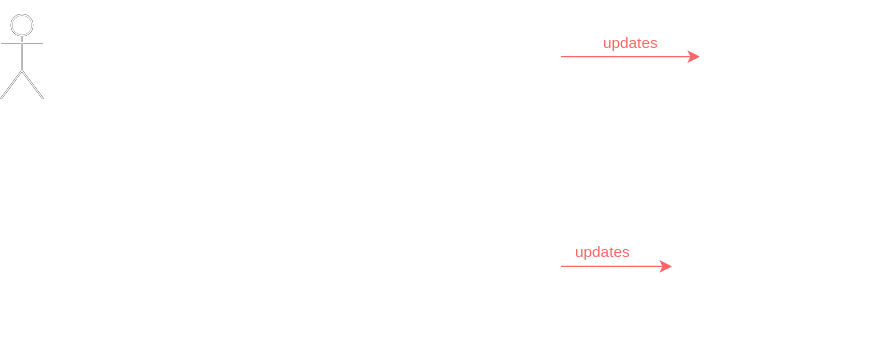
Earlier version of the draw.io export slides/2021-06-16/140_gitops/push-permissions.drawio.svg (nicholasdille/dille.name). Source tidied: cells renumbered, new cells last; positions are measured from the earlier drawing's top-left corner, leaving out a move shared by most shapes. Source of this version:
```xml
<mxGraphModel>
  <root>
    <mxCell id="0" />
    <mxCell id="1" parent="0" />
    <mxCell id="2" value="&amp;nbsp;triggers&amp;nbsp;" style="edgeStyle=orthogonalEdgeStyle;rounded=0;jettySize=auto;html=1;entryX=0;entryY=0.5;entryDx=0;entryDy=0;fontColor=#FFFFFF;strokeColor=#FFFFFF;labelBackgroundColor=none;" parent="1" edge="1" source="3" target="6">
      <mxGeometry y="10" relative="1" as="geometry" />
    </mxCell>
    <mxCell id="3" value="Git" style="shape=cylinder2;whiteSpace=wrap;html=1;boundedLbl=1;backgroundOutline=1;size=15;verticalAlign=middle;strokeColor=#FFFFFF;fillColor=none;fontColor=#FFFFFF;" parent="1" vertex="1">
      <mxGeometry x="120" width="80" height="80" as="geometry" />
    </mxCell>
    <mxCell id="4" value="&amp;nbsp;updates&amp;nbsp;" style="edgeStyle=orthogonalEdgeStyle;rounded=0;jettySize=auto;html=1;labelBackgroundColor=none;strokeColor=#FF6666;fontColor=#FF6666;" parent="1" edge="1" source="6" target="7">
      <mxGeometry y="10" relative="1" as="geometry" />
    </mxCell>
    <mxCell id="5" value="&amp;nbsp;triggers&amp;nbsp;" style="edgeStyle=orthogonalEdgeStyle;rounded=0;jettySize=auto;html=1;entryX=0.5;entryY=0;entryDx=0;entryDy=0;fontColor=#FFFFFF;strokeColor=#FFFFFF;labelBackgroundColor=none;" parent="1" edge="1" source="6" target="16">
      <mxGeometry x="-0.11" y="30" relative="1" as="geometry" />
    </mxCell>
    <mxCell id="6" value="Pipeline" style="rounded=0;whiteSpace=wrap;html=1;strokeColor=#FFFFFF;fillColor=none;fontColor=#FFFFFF;" parent="1" vertex="1">
      <mxGeometry x="280" y="10" width="120" height="60" as="geometry" />
    </mxCell>
    <mxCell id="7" value="Registry" style="shape=cylinder2;whiteSpace=wrap;html=1;boundedLbl=1;backgroundOutline=1;size=15;verticalAlign=middle;strokeColor=#FFFFFF;fillColor=none;fontColor=#FFFFFF;" parent="1" vertex="1">
      <mxGeometry x="500" width="80" height="80" as="geometry" />
    </mxCell>
    <mxCell id="8" value="&amp;nbsp;updates&amp;nbsp;" style="edgeStyle=orthogonalEdgeStyle;rounded=0;jettySize=auto;html=1;labelBackgroundColor=none;fontColor=#FFFFFF;strokeColor=#FFFFFF;" parent="1" edge="1" source="9" target="3">
      <mxGeometry x="0.11" y="10" relative="1" as="geometry" />
    </mxCell>
    <mxCell id="9" style="shape=umlActor;verticalLabelPosition=bottom;verticalAlign=top;html=1;outlineConnect=0;" parent="1" vertex="1">
      <mxGeometry y="10" width="30" height="60" as="geometry" />
    </mxCell>
    <mxCell id="10" value="Kubernetes" style="rounded=1;whiteSpace=wrap;html=1;verticalAlign=bottom;arcSize=7;dashed=1;strokeColor=#FFFFFF;fillColor=none;fontColor=#FFFFFF;" parent="1" vertex="1">
      <mxGeometry x="460" y="135" width="160" height="110" as="geometry" />
    </mxCell>
    <mxCell id="11" value="&amp;nbsp;uses&amp;nbsp;" style="edgeStyle=orthogonalEdgeStyle;rounded=0;jettySize=auto;html=1;exitX=0.5;exitY=0;exitDx=0;exitDy=0;fontColor=#FFFFFF;strokeColor=#FFFFFF;labelBackgroundColor=none;" parent="1" edge="1" source="12" target="7">
      <mxGeometry y="-20" relative="1" as="geometry" />
    </mxCell>
    <mxCell id="12" value="Deployment" style="rounded=0;whiteSpace=wrap;html=1;strokeColor=#FFFFFF;fillColor=none;fontColor=#FFFFFF;" parent="1" vertex="1">
      <mxGeometry x="480" y="160" width="120" height="60" as="geometry" />
    </mxCell>
    <mxCell id="13" style="shape=umlActor;verticalLabelPosition=bottom;verticalAlign=top;html=1;" parent="1" vertex="1">
      <mxGeometry y="10" width="30" height="60" as="geometry" />
    </mxCell>
    <mxCell id="14" style="shape=umlActor;verticalLabelPosition=bottom;verticalAlign=top;html=1;strokeColor=#FFFFFF;fillColor=none;fontColor=#FFFFFF;" parent="1" vertex="1">
      <mxGeometry y="10" width="30" height="60" as="geometry" />
    </mxCell>
    <mxCell id="15" value="&amp;nbsp;updates&amp;nbsp;" style="edgeStyle=orthogonalEdgeStyle;rounded=0;jettySize=auto;html=1;entryX=0;entryY=0.5;entryDx=0;entryDy=0;exitX=1;exitY=0.5;exitDx=0;exitDy=0;labelBackgroundColor=none;strokeColor=#FF6666;fontColor=#FF6666;" parent="1" edge="1" source="16" target="12">
      <mxGeometry x="-0.25" y="10" relative="1" as="geometry" />
    </mxCell>
    <mxCell id="16" value="Pipeline" style="rounded=0;whiteSpace=wrap;html=1;strokeColor=#FFFFFF;fillColor=none;fontColor=#FFFFFF;" parent="1" vertex="1">
      <mxGeometry x="280" y="160" width="120" height="60" as="geometry" />
    </mxCell>
  </root>
</mxGraphModel>
```
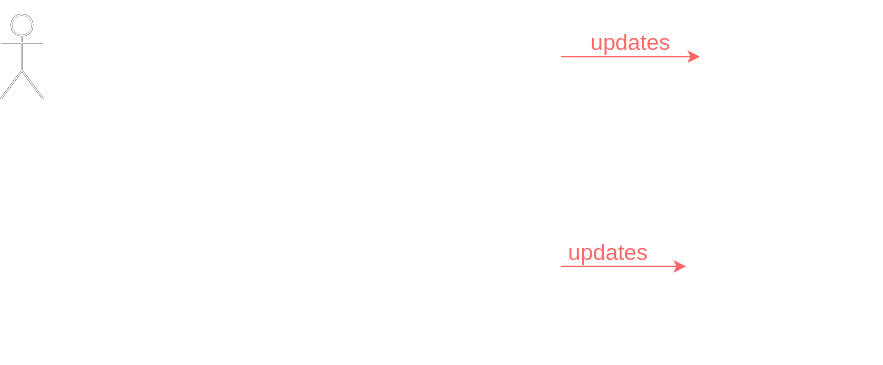
Later version of the same file.

What changed in the source:
```diff
@@ -2,49 +2,49 @@
   <root>
     <mxCell id="0" />
     <mxCell id="1" parent="0" />
-    <mxCell id="2" value="&amp;nbsp;triggers&amp;nbsp;" style="edgeStyle=orthogonalEdgeStyle;rounded=0;jettySize=auto;html=1;entryX=0;entryY=0.5;entryDx=0;entryDy=0;fontColor=#FFFFFF;strokeColor=#FFFFFF;labelBackgroundColor=none;" parent="1" edge="1" source="3" target="6">
+    <mxCell id="2" value="&amp;nbsp;triggers&amp;nbsp;" style="edgeStyle=orthogonalEdgeStyle;rounded=0;jettySize=auto;html=1;entryX=0;entryY=0.5;entryDx=0;entryDy=0;fontColor=#FFFFFF;strokeColor=#FFFFFF;labelBackgroundColor=none;fontSize=16;" parent="1" edge="1" source="3" target="6">
       <mxGeometry y="10" relative="1" as="geometry" />
     </mxCell>
-    <mxCell id="3" value="Git" style="shape=cylinder2;whiteSpace=wrap;html=1;boundedLbl=1;backgroundOutline=1;size=15;verticalAlign=middle;strokeColor=#FFFFFF;fillColor=none;fontColor=#FFFFFF;" parent="1" vertex="1">
+    <mxCell id="3" value="Git" style="shape=cylinder2;whiteSpace=wrap;html=1;boundedLbl=1;backgroundOutline=1;size=15;verticalAlign=middle;strokeColor=#FFFFFF;fillColor=none;fontColor=#FFFFFF;fontSize=18;" parent="1" vertex="1">
       <mxGeometry x="120" width="80" height="80" as="geometry" />
     </mxCell>
-    <mxCell id="4" value="&amp;nbsp;updates&amp;nbsp;" style="edgeStyle=orthogonalEdgeStyle;rounded=0;jettySize=auto;html=1;labelBackgroundColor=none;strokeColor=#FF6666;fontColor=#FF6666;" parent="1" edge="1" source="6" target="7">
+    <mxCell id="4" value="&amp;nbsp;updates&amp;nbsp;" style="edgeStyle=orthogonalEdgeStyle;rounded=0;jettySize=auto;html=1;labelBackgroundColor=none;strokeColor=#FF6666;fontColor=#FF6666;fontSize=16;" parent="1" edge="1" source="6" target="7">
       <mxGeometry y="10" relative="1" as="geometry" />
     </mxCell>
-    <mxCell id="5" value="&amp;nbsp;triggers&amp;nbsp;" style="edgeStyle=orthogonalEdgeStyle;rounded=0;jettySize=auto;html=1;entryX=0.5;entryY=0;entryDx=0;entryDy=0;fontColor=#FFFFFF;strokeColor=#FFFFFF;labelBackgroundColor=none;" parent="1" edge="1" source="6" target="16">
+    <mxCell id="5" value="&amp;nbsp;triggers&amp;nbsp;" style="edgeStyle=orthogonalEdgeStyle;rounded=0;jettySize=auto;html=1;entryX=0.5;entryY=0;entryDx=0;entryDy=0;fontColor=#FFFFFF;strokeColor=#FFFFFF;labelBackgroundColor=none;fontSize=16;" parent="1" edge="1" source="6" target="16">
       <mxGeometry x="-0.11" y="30" relative="1" as="geometry" />
     </mxCell>
-    <mxCell id="6" value="Pipeline" style="rounded=0;whiteSpace=wrap;html=1;strokeColor=#FFFFFF;fillColor=none;fontColor=#FFFFFF;" parent="1" vertex="1">
+    <mxCell id="6" value="Pipeline" style="rounded=0;whiteSpace=wrap;html=1;strokeColor=#FFFFFF;fillColor=none;fontColor=#FFFFFF;fontSize=18;" parent="1" vertex="1">
       <mxGeometry x="280" y="10" width="120" height="60" as="geometry" />
     </mxCell>
-    <mxCell id="7" value="Registry" style="shape=cylinder2;whiteSpace=wrap;html=1;boundedLbl=1;backgroundOutline=1;size=15;verticalAlign=middle;strokeColor=#FFFFFF;fillColor=none;fontColor=#FFFFFF;" parent="1" vertex="1">
-      <mxGeometry x="500" width="80" height="80" as="geometry" />
+    <mxCell id="7" value="Registry" style="shape=cylinder2;whiteSpace=wrap;html=1;boundedLbl=1;backgroundOutline=1;size=15;verticalAlign=middle;strokeColor=#FFFFFF;fillColor=none;fontColor=#FFFFFF;fontSize=18;" parent="1" vertex="1">
+      <mxGeometry x="500" width="100" height="80" as="geometry" />
     </mxCell>
-    <mxCell id="8" value="&amp;nbsp;updates&amp;nbsp;" style="edgeStyle=orthogonalEdgeStyle;rounded=0;jettySize=auto;html=1;labelBackgroundColor=none;fontColor=#FFFFFF;strokeColor=#FFFFFF;" parent="1" edge="1" source="9" target="3">
+    <mxCell id="8" value="&amp;nbsp;updates&amp;nbsp;" style="edgeStyle=orthogonalEdgeStyle;rounded=0;jettySize=auto;html=1;labelBackgroundColor=none;fontColor=#FFFFFF;strokeColor=#FFFFFF;fontSize=16;" parent="1" edge="1" source="9" target="3">
       <mxGeometry x="0.11" y="10" relative="1" as="geometry" />
     </mxCell>
-    <mxCell id="9" style="shape=umlActor;verticalLabelPosition=bottom;verticalAlign=top;html=1;outlineConnect=0;" parent="1" vertex="1">
+    <mxCell id="9" style="shape=umlActor;verticalLabelPosition=bottom;verticalAlign=top;html=1;outlineConnect=0;fontSize=18;" parent="1" vertex="1">
       <mxGeometry y="10" width="30" height="60" as="geometry" />
     </mxCell>
-    <mxCell id="10" value="Kubernetes" style="rounded=1;whiteSpace=wrap;html=1;verticalAlign=bottom;arcSize=7;dashed=1;strokeColor=#FFFFFF;fillColor=none;fontColor=#FFFFFF;" parent="1" vertex="1">
-      <mxGeometry x="460" y="135" width="160" height="110" as="geometry" />
+    <mxCell id="10" value="Kubernetes" style="rounded=1;whiteSpace=wrap;html=1;verticalAlign=bottom;arcSize=7;dashed=1;strokeColor=#FFFFFF;fillColor=none;fontColor=#FFFFFF;fontSize=18;" parent="1" vertex="1">
+      <mxGeometry x="470" y="135" width="160" height="125" as="geometry" />
     </mxCell>
-    <mxCell id="11" value="&amp;nbsp;uses&amp;nbsp;" style="edgeStyle=orthogonalEdgeStyle;rounded=0;jettySize=auto;html=1;exitX=0.5;exitY=0;exitDx=0;exitDy=0;fontColor=#FFFFFF;strokeColor=#FFFFFF;labelBackgroundColor=none;" parent="1" edge="1" source="12" target="7">
+    <mxCell id="11" value="&amp;nbsp;uses&amp;nbsp;" style="edgeStyle=orthogonalEdgeStyle;rounded=0;jettySize=auto;html=1;exitX=0.5;exitY=0;exitDx=0;exitDy=0;fontColor=#FFFFFF;strokeColor=#FFFFFF;labelBackgroundColor=none;fontSize=16;" parent="1" edge="1" source="12" target="7">
       <mxGeometry y="-20" relative="1" as="geometry" />
     </mxCell>
-    <mxCell id="12" value="Deployment" style="rounded=0;whiteSpace=wrap;html=1;strokeColor=#FFFFFF;fillColor=none;fontColor=#FFFFFF;" parent="1" vertex="1">
-      <mxGeometry x="480" y="160" width="120" height="60" as="geometry" />
+    <mxCell id="12" value="Deployment" style="rounded=0;whiteSpace=wrap;html=1;strokeColor=#FFFFFF;fillColor=none;fontColor=#FFFFFF;fontSize=18;" parent="1" vertex="1">
+      <mxGeometry x="490" y="160" width="120" height="60" as="geometry" />
     </mxCell>
-    <mxCell id="13" style="shape=umlActor;verticalLabelPosition=bottom;verticalAlign=top;html=1;" parent="1" vertex="1">
+    <mxCell id="13" style="shape=umlActor;verticalLabelPosition=bottom;verticalAlign=top;html=1;fontSize=18;" parent="1" vertex="1">
       <mxGeometry y="10" width="30" height="60" as="geometry" />
     </mxCell>
-    <mxCell id="14" style="shape=umlActor;verticalLabelPosition=bottom;verticalAlign=top;html=1;strokeColor=#FFFFFF;fillColor=none;fontColor=#FFFFFF;" parent="1" vertex="1">
+    <mxCell id="14" style="shape=umlActor;verticalLabelPosition=bottom;verticalAlign=top;html=1;strokeColor=#FFFFFF;fillColor=none;fontColor=#FFFFFF;fontSize=18;" parent="1" vertex="1">
       <mxGeometry y="10" width="30" height="60" as="geometry" />
     </mxCell>
-    <mxCell id="15" value="&amp;nbsp;updates&amp;nbsp;" style="edgeStyle=orthogonalEdgeStyle;rounded=0;jettySize=auto;html=1;entryX=0;entryY=0.5;entryDx=0;entryDy=0;exitX=1;exitY=0.5;exitDx=0;exitDy=0;labelBackgroundColor=none;strokeColor=#FF6666;fontColor=#FF6666;" parent="1" edge="1" source="16" target="12">
+    <mxCell id="15" value="&amp;nbsp;updates&amp;nbsp;" style="edgeStyle=orthogonalEdgeStyle;rounded=0;jettySize=auto;html=1;entryX=0;entryY=0.5;entryDx=0;entryDy=0;exitX=1;exitY=0.5;exitDx=0;exitDy=0;labelBackgroundColor=none;strokeColor=#FF6666;fontColor=#FF6666;fontSize=16;" parent="1" edge="1" source="16" target="12">
       <mxGeometry x="-0.25" y="10" relative="1" as="geometry" />
     </mxCell>
-    <mxCell id="16" value="Pipeline" style="rounded=0;whiteSpace=wrap;html=1;strokeColor=#FFFFFF;fillColor=none;fontColor=#FFFFFF;" parent="1" vertex="1">
+    <mxCell id="16" value="Pipeline" style="rounded=0;whiteSpace=wrap;html=1;strokeColor=#FFFFFF;fillColor=none;fontColor=#FFFFFF;fontSize=18;" parent="1" vertex="1">
       <mxGeometry x="280" y="160" width="120" height="60" as="geometry" />
     </mxCell>
   </root>
```
